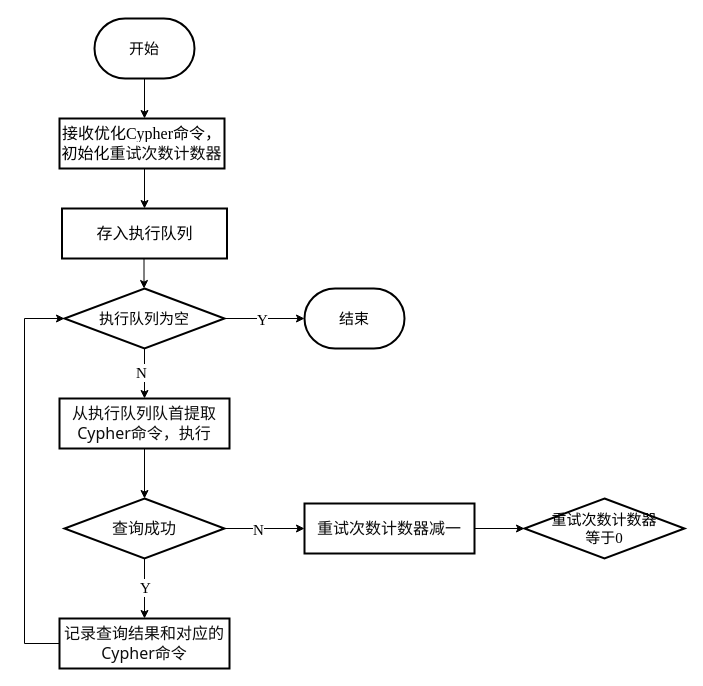
Before: 智能问答系统中的查询处理和错误处理策略.drawio in sjgcsf/software_engineering, a draw.io diagram. Source tidied: cells renumbered, new cells numbered last; positions are measured from the earlier drawing's top-left corner, leaving out a move shared by most shapes. Both pictures are drawn from the tidied source at 100%, with x=0, y=0 at pixel (24, 18).
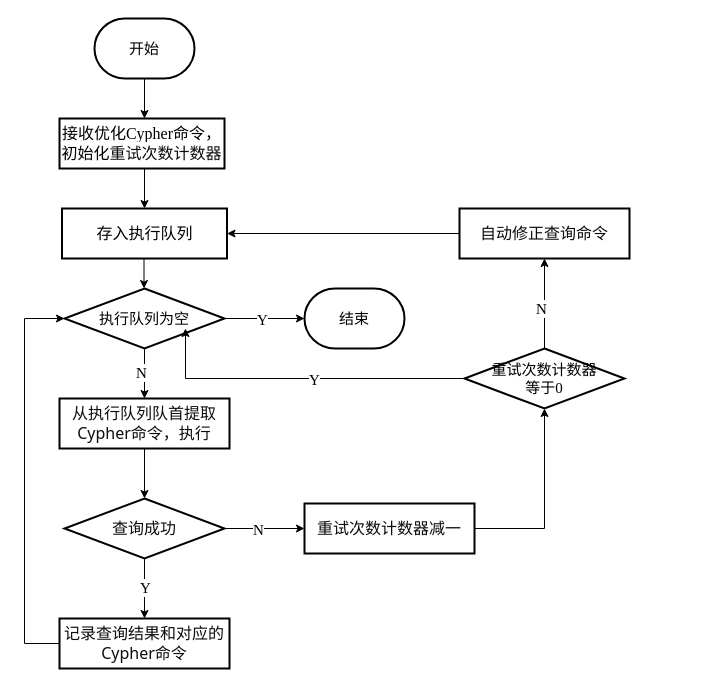
The same page after the edit.

Commit message (it also covers changes not shown here):
更新智能问答系统中的查询处理和错误处理策略.drawio

The change refers to these unchanged cells:
```xml
<mxCell id="15" value="&lt;font face=&quot;Times New Roman&quot;&gt;&lt;span style=&quot;font-size: 16px;&quot;&gt;存入执行队列&lt;/span&gt;&lt;/font&gt;" style="rounded=0;whiteSpace=wrap;html=1;strokeColor=default;strokeWidth=2;align=center;verticalAlign=middle;fontFamily=Helvetica;fontSize=12;fontColor=default;fillColor=default;" parent="1" vertex="1">
  <mxGeometry x="37.5" y="190" width="165" height="50" as="geometry" />
</mxCell>
<mxCell id="23" value="&lt;div style=&quot;text-align: left;&quot;&gt;&lt;span style=&quot;background-color: initial; font-size: 16px; white-space-collapse: preserve;&quot;&gt;&lt;font face=&quot;Söhne, ui-sans-serif, system-ui, -apple-system, Segoe UI, Roboto, Ubuntu, Cantarell, Noto Sans, sans-serif, Helvetica Neue, Arial, Apple Color Emoji, Segoe UI Emoji, Segoe UI Symbol, Noto Color Emoji&quot; color=&quot;#0d0d0d&quot;&gt;重试次数计数器减一&lt;/font&gt;&lt;/span&gt;&lt;/div&gt;" style="rounded=0;whiteSpace=wrap;html=1;strokeColor=default;strokeWidth=2;align=center;verticalAlign=middle;fontFamily=Helvetica;fontSize=12;fontColor=default;fillColor=default;" parent="1" vertex="1">
  <mxGeometry x="280" y="485" width="170" height="50" as="geometry" />
</mxCell>
```

Diff of the diagram source:
```diff
@@
     <mxCell id="24" value="&lt;font face=&quot;Times New Roman&quot;&gt;&lt;span style=&quot;font-size: 15px;&quot;&gt;重试次数计数器&lt;/span&gt;&lt;/font&gt;&lt;div&gt;&lt;font face=&quot;Times New Roman&quot;&gt;&lt;span style=&quot;font-size: 15px;&quot;&gt;等于0&lt;/span&gt;&lt;/font&gt;&lt;br&gt;&lt;/div&gt;" style="strokeWidth=2;html=1;shape=mxgraph.flowchart.decision;whiteSpace=wrap;strokeColor=default;align=center;verticalAlign=middle;fontFamily=Helvetica;fontSize=12;fontColor=default;fillColor=default;" parent="1" vertex="1">
-      <mxGeometry x="500" y="480" width="160" height="60" as="geometry" />
+      <mxGeometry x="440" y="330" width="160" height="60" as="geometry" />
     </mxCell>
-    <mxCell id="25" style="endArrow=classic;html=1;rounded=0;exitX=1;exitY=0.5;exitDx=0;exitDy=0;entryX=0;entryY=0.5;entryDx=0;entryDy=0;entryPerimeter=0;" parent="1" edge="1" source="23" target="24">
-      <mxGeometry relative="1" as="geometry" />
+    <mxCell id="25" style="endArrow=classic;html=1;rounded=0;exitX=1;exitY=0.5;exitDx=0;exitDy=0;entryX=0.5;entryY=1;entryDx=0;entryDy=0;entryPerimeter=0;" parent="1" edge="1" source="23" target="24">
+      <mxGeometry relative="1" as="geometry">
+        <Array as="points">
+          <mxPoint x="520" y="510" />
+        </Array>
+      </mxGeometry>
     </mxCell>
+    <mxCell id="26" style="endArrow=classic;html=1;rounded=0;exitX=0;exitY=0.5;exitDx=0;exitDy=0;exitPerimeter=0;" parent="1" edge="1" source="24">
+      <mxGeometry relative="1" as="geometry">
+        <mxPoint x="161" y="310" as="targetPoint" />
+        <Array as="points">
+          <mxPoint x="161" y="360" />
+        </Array>
+      </mxGeometry>
+    </mxCell>
+    <mxCell id="27" value="&lt;font face=&quot;Times New Roman&quot; style=&quot;font-size: 15px;&quot;&gt;Y&lt;/font&gt;" style="edgeLabel;html=1;align=center;verticalAlign=middle;" parent="26" vertex="1">
+      <mxGeometry x="-0.08" relative="1" as="geometry" />
+    </mxCell>
+    <mxCell id="28" value="&lt;div style=&quot;text-align: left;&quot;&gt;&lt;span style=&quot;background-color: initial; font-size: 16px; white-space-collapse: preserve;&quot;&gt;&lt;font face=&quot;Söhne, ui-sans-serif, system-ui, -apple-system, Segoe UI, Roboto, Ubuntu, Cantarell, Noto Sans, sans-serif, Helvetica Neue, Arial, Apple Color Emoji, Segoe UI Emoji, Segoe UI Symbol, Noto Color Emoji&quot; color=&quot;#0d0d0d&quot;&gt;自动修正查询命令&lt;/font&gt;&lt;/span&gt;&lt;/div&gt;" style="rounded=0;whiteSpace=wrap;html=1;strokeColor=default;strokeWidth=2;align=center;verticalAlign=middle;fontFamily=Helvetica;fontSize=12;fontColor=default;fillColor=default;" parent="1" vertex="1">
+      <mxGeometry x="435" y="190" width="170" height="50" as="geometry" />
+    </mxCell>
+    <mxCell id="29" style="endArrow=classic;html=1;rounded=0;exitX=0.5;exitY=0;exitDx=0;exitDy=0;exitPerimeter=0;endFill=1;entryX=0.5;entryY=1;entryDx=0;entryDy=0;" parent="1" edge="1" source="24" target="28">
+      <mxGeometry relative="1" as="geometry" />
+    </mxCell>
+    <mxCell id="30" value="&lt;font face=&quot;Times New Roman&quot; style=&quot;font-size: 15px;&quot;&gt;N&lt;/font&gt;" style="edgeLabel;html=1;align=center;verticalAlign=middle;" parent="29" vertex="1">
+      <mxGeometry x="-0.08" relative="1" as="geometry">
+        <mxPoint x="-4" as="offset" />
+      </mxGeometry>
+    </mxCell>
+    <mxCell id="31" style="endArrow=classic;html=1;rounded=0;exitX=0;exitY=0.5;exitDx=0;exitDy=0;entryX=1;entryY=0.5;entryDx=0;entryDy=0;" parent="1" edge="1" source="28" target="15">
+      <mxGeometry relative="1" as="geometry" />
+    </mxCell>
```
